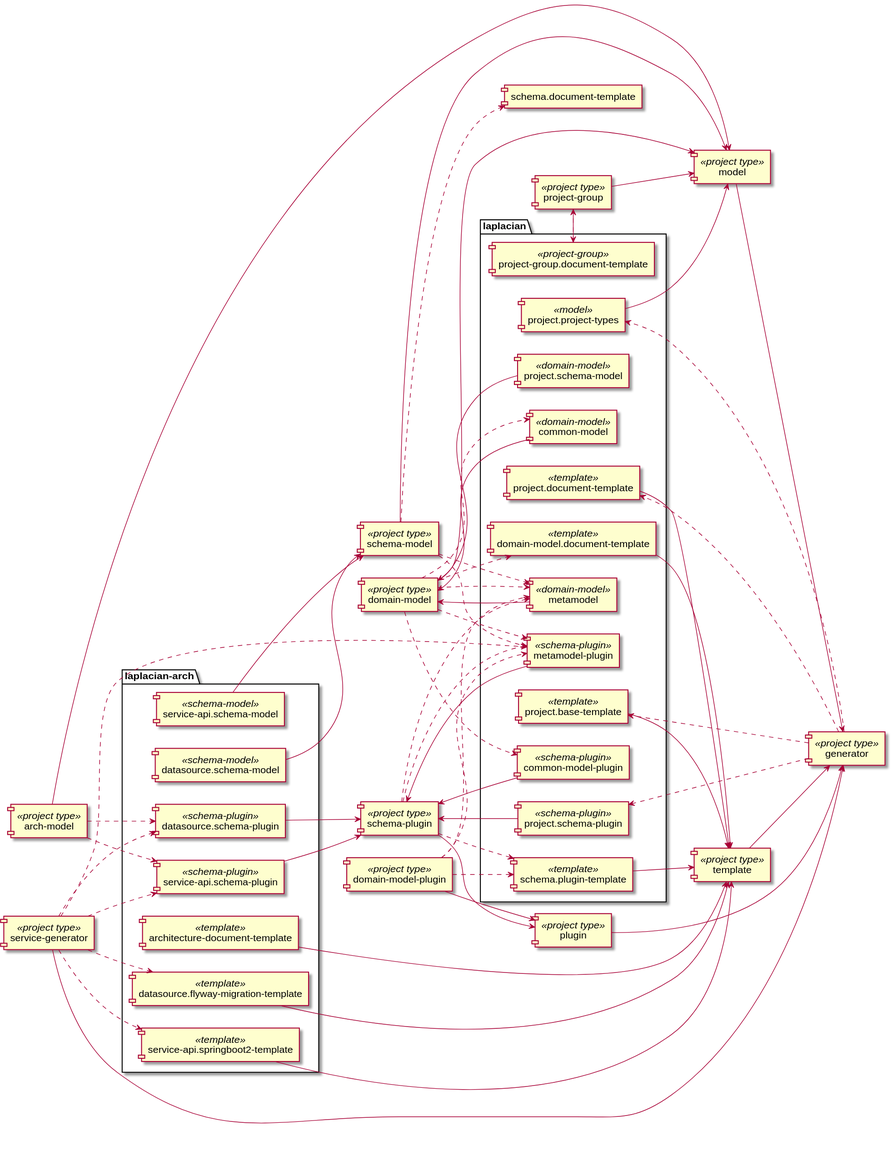
laplacian-core/projects keeps this PlantUML diagram as doc/image/project-dependency-graph.svg. Above is the earlier version.
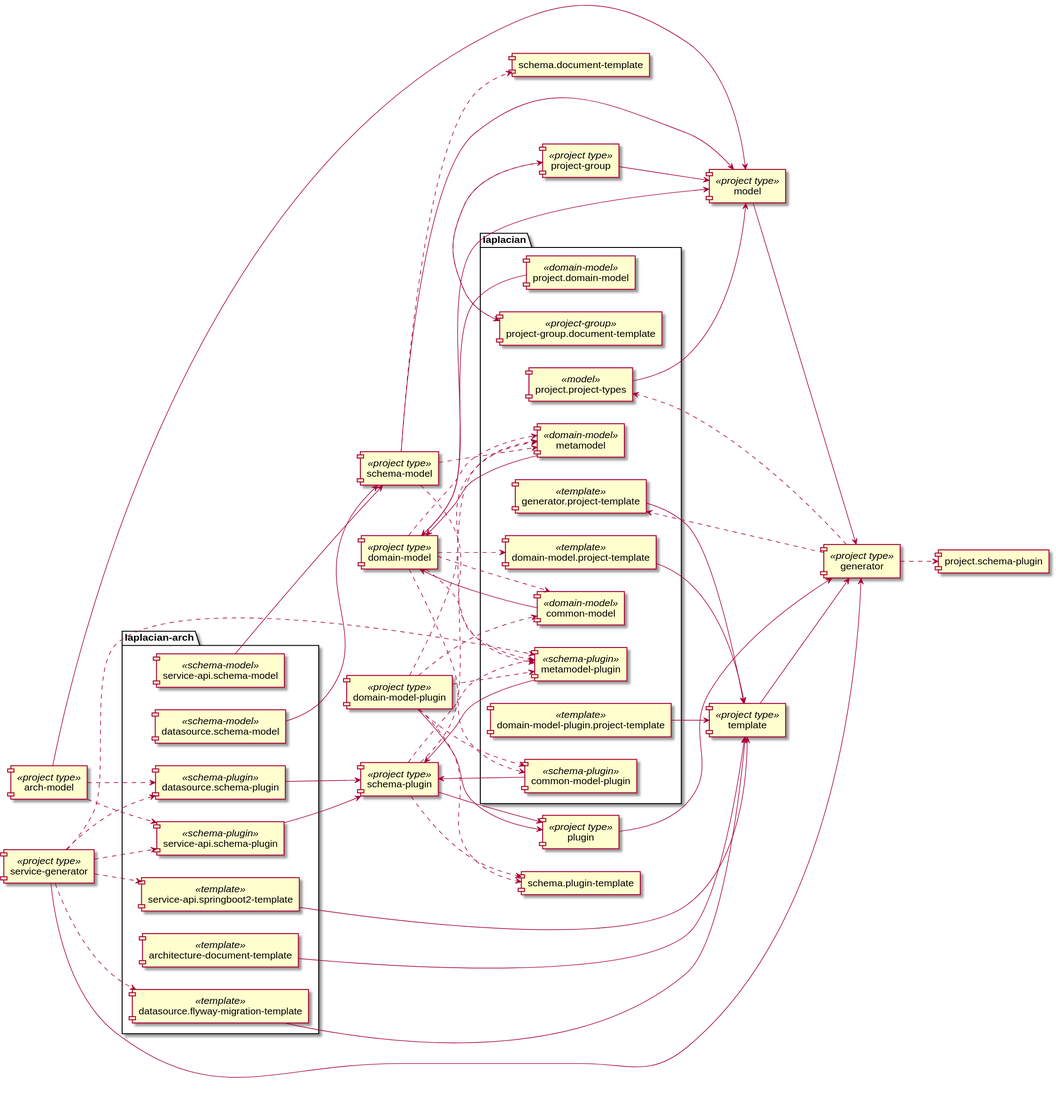
The same file after the commit.

Diff of the diagram source:
```diff
@@ -47,26 +47,22 @@
   [common-model-plugin] --> [schema-plugin]
   [common-model] <<domain-model>>
   [common-model] --> [domain-model]
-  [domain-model.document-template] <<template>>
-  [domain-model.document-template] --> [template]
+  [domain-model-plugin.project-template] <<template>>
+  [domain-model-plugin.project-template] --> [template]
+  [domain-model.project-template] <<template>>
+  [domain-model.project-template] --> [template]
+  [generator.project-template] <<template>>
+  [generator.project-template] --> [template]
   [metamodel-plugin] <<schema-plugin>>
   [metamodel-plugin] --> [schema-plugin]
   [metamodel] <<domain-model>>
   [metamodel] --> [domain-model]
   [project-group.document-template] <<project-group>>
   [project-group.document-template] --> [project-group]
-  [project.base-template] <<template>>
-  [project.base-template] --> [template]
-  [project.document-template] <<template>>
-  [project.document-template] --> [template]
+  [project.domain-model] <<domain-model>>
+  [project.domain-model] --> [domain-model]
   [project.project-types] <<model>>
   [project.project-types] --> [model]
-  [project.schema-model] <<domain-model>>
-  [project.schema-model] --> [domain-model]
-  [project.schema-plugin] <<schema-plugin>>
-  [project.schema-plugin] --> [schema-plugin]
-  [schema.plugin-template] <<template>>
-  [schema.plugin-template] --> [template]
 }
 
 
@@ -75,18 +71,19 @@
   [arch-model] ..> [service-api.schema-plugin]
 
   [domain-model-plugin] ..> [metamodel]
+  [domain-model-plugin] ..> [common-model]
   [domain-model-plugin] ..> [schema.plugin-template]
   [domain-model-plugin] ..> [metamodel-plugin]
+  [domain-model-plugin] ..> [common-model-plugin]
 
   [domain-model] ..> [metamodel]
   [domain-model] ..> [common-model]
-  [domain-model] ..> [domain-model.document-template]
+  [domain-model] ..> [domain-model.project-template]
   [domain-model] ..> [metamodel-plugin]
   [domain-model] ..> [common-model-plugin]
 
   [generator] ..> [project.project-types]
-  [generator] ..> [project.base-template]
-  [generator] ..> [project.document-template]
+  [generator] ..> [generator.project-template]
   [generator] ..> [project.schema-plugin]
 
 
```
